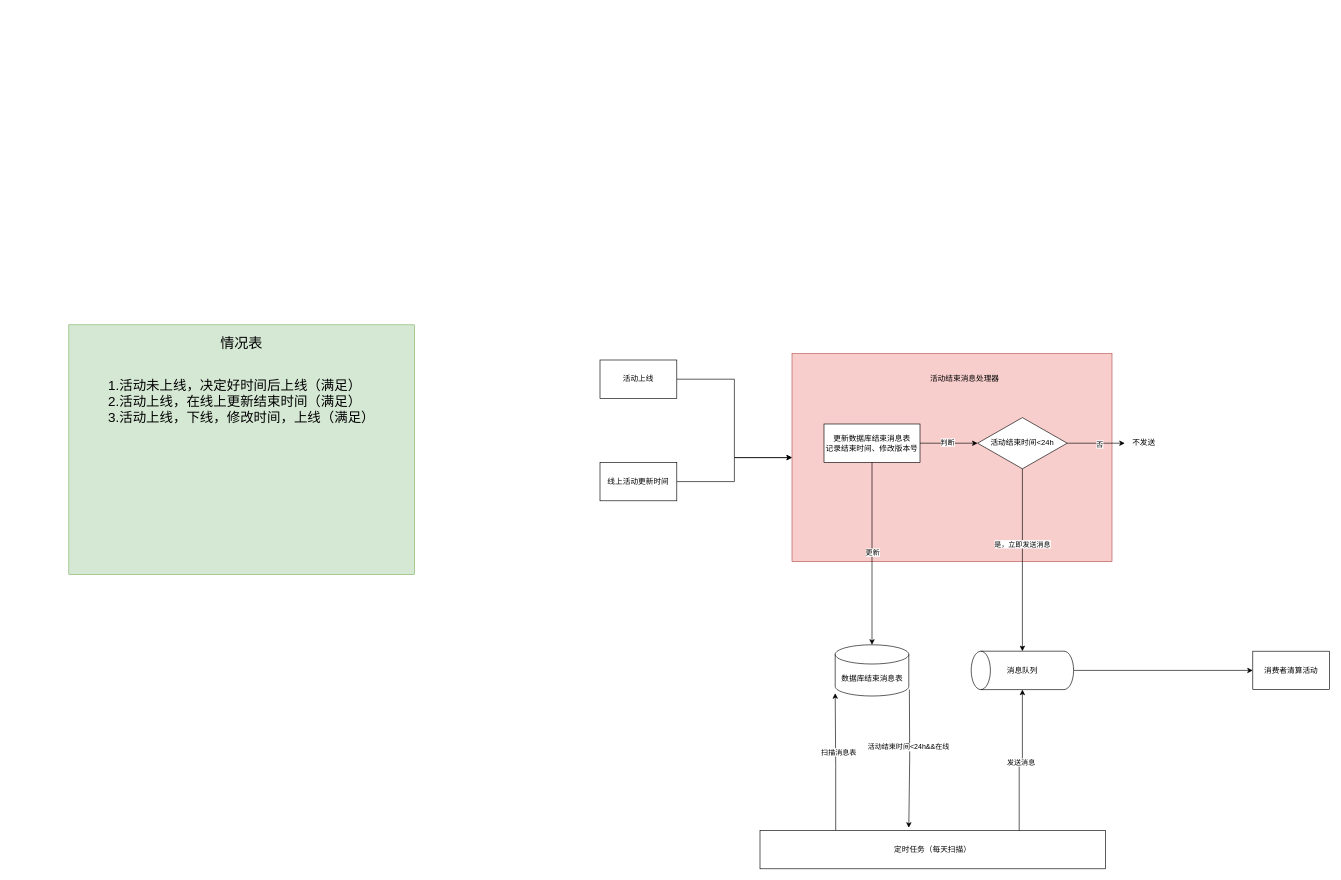
Above: page "活动结束消息与接收" (12 of 13) of Lottery.drawio in onlyactwo/DrawIO (draw.io), before the change. Source tidied: cells renumbered, new cells numbered last; positions are measured from the earlier drawing's top-left corner, leaving out a move shared by most shapes. Both pictures are drawn from the tidied source at 64%, with x=0, y=0 at pixel (11, 324).
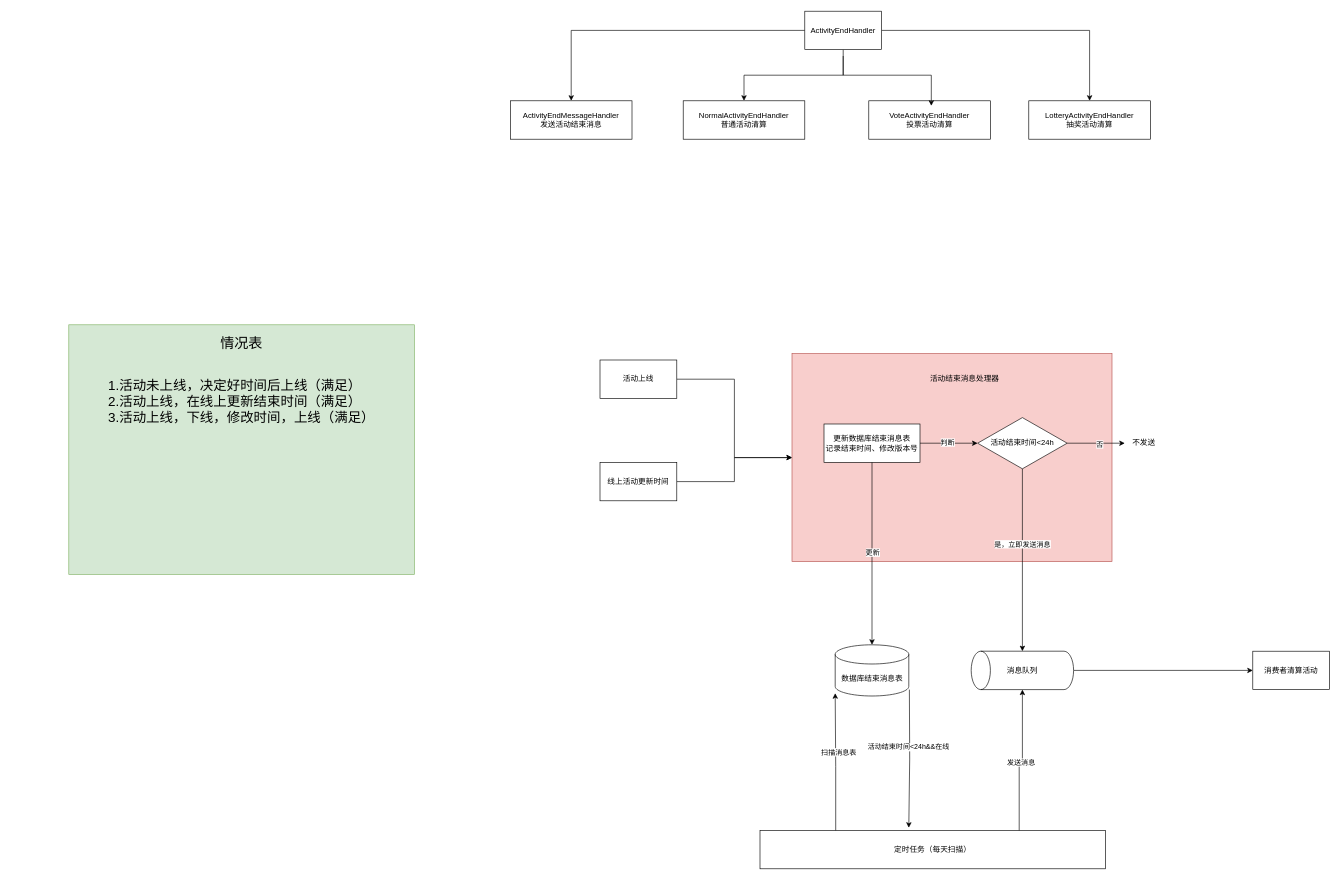
After the change.

What changed in the source:
```diff
@@
+    <mxCell id="35" style="edgeStyle=orthogonalEdgeStyle;rounded=0;jettySize=auto;html=1;" parent="1" edge="1" source="38" target="39">
+      <mxGeometry relative="1" as="geometry" />
+    </mxCell>
+    <mxCell id="36" style="edgeStyle=orthogonalEdgeStyle;rounded=0;jettySize=auto;html=1;exitX=0.5;exitY=1;exitDx=0;exitDy=0;entryX=0.5;entryY=0;entryDx=0;entryDy=0;" parent="1" edge="1" source="38" target="40">
+      <mxGeometry relative="1" as="geometry" />
+    </mxCell>
+    <mxCell id="37" style="edgeStyle=orthogonalEdgeStyle;rounded=0;jettySize=auto;html=1;exitX=1;exitY=0.5;exitDx=0;exitDy=0;entryX=0.5;entryY=0;entryDx=0;entryDy=0;" parent="1" edge="1" source="38" target="43">
+      <mxGeometry relative="1" as="geometry" />
+    </mxCell>
+    <mxCell id="38" value="ActivityEndHandler" style="rounded=0;whiteSpace=wrap;html=1;" parent="1" vertex="1">
+      <mxGeometry x="1240" y="-490" width="120" height="60" as="geometry" />
+    </mxCell>
+    <mxCell id="39" value="ActivityEndMessageHandler&lt;br&gt;发送活动结束消息" style="rounded=0;whiteSpace=wrap;html=1;" parent="1" vertex="1">
+      <mxGeometry x="780" y="-350" width="190" height="60" as="geometry" />
+    </mxCell>
+    <mxCell id="40" value="Normal&lt;span style=&quot;background-color: transparent; color: light-dark(rgb(0, 0, 0), rgb(255, 255, 255));&quot;&gt;ActivityEndHandler&lt;br&gt;普通活动清算&lt;/span&gt;" style="rounded=0;whiteSpace=wrap;html=1;" parent="1" vertex="1">
+      <mxGeometry x="1050" y="-350" width="190" height="60" as="geometry" />
+    </mxCell>
+    <mxCell id="41" value="VoteActivityEnd&lt;span style=&quot;background-color: transparent; color: light-dark(rgb(0, 0, 0), rgb(255, 255, 255));&quot;&gt;Handler&lt;br&gt;投票活动清算&lt;/span&gt;" style="rounded=0;whiteSpace=wrap;html=1;" parent="1" vertex="1">
+      <mxGeometry x="1340" y="-350" width="190" height="60" as="geometry" />
+    </mxCell>
+    <mxCell id="42" style="edgeStyle=orthogonalEdgeStyle;rounded=0;jettySize=auto;html=1;entryX=0.514;entryY=0.131;entryDx=0;entryDy=0;entryPerimeter=0;" parent="1" edge="1" target="41">
+      <mxGeometry relative="1" as="geometry">
+        <mxPoint x="1300" y="-420" as="sourcePoint" />
+        <Array as="points">
+          <mxPoint x="1300" y="-390" />
+          <mxPoint x="1438" y="-390" />
+        </Array>
+      </mxGeometry>
+    </mxCell>
+    <mxCell id="43" value="Lottery&lt;span style=&quot;background-color: transparent; color: light-dark(rgb(0, 0, 0), rgb(255, 255, 255));&quot;&gt;ActivityEnd&lt;/span&gt;&lt;span style=&quot;background-color: transparent; color: light-dark(rgb(0, 0, 0), rgb(255, 255, 255));&quot;&gt;Handler&lt;/span&gt;&lt;div&gt;&lt;span style=&quot;background-color: transparent; color: light-dark(rgb(0, 0, 0), rgb(255, 255, 255));&quot;&gt;抽奖活动清算&lt;/span&gt;&lt;/div&gt;" style="rounded=0;whiteSpace=wrap;html=1;" parent="1" vertex="1">
+      <mxGeometry x="1590" y="-350" width="190" height="60" as="geometry" />
+    </mxCell>
```
